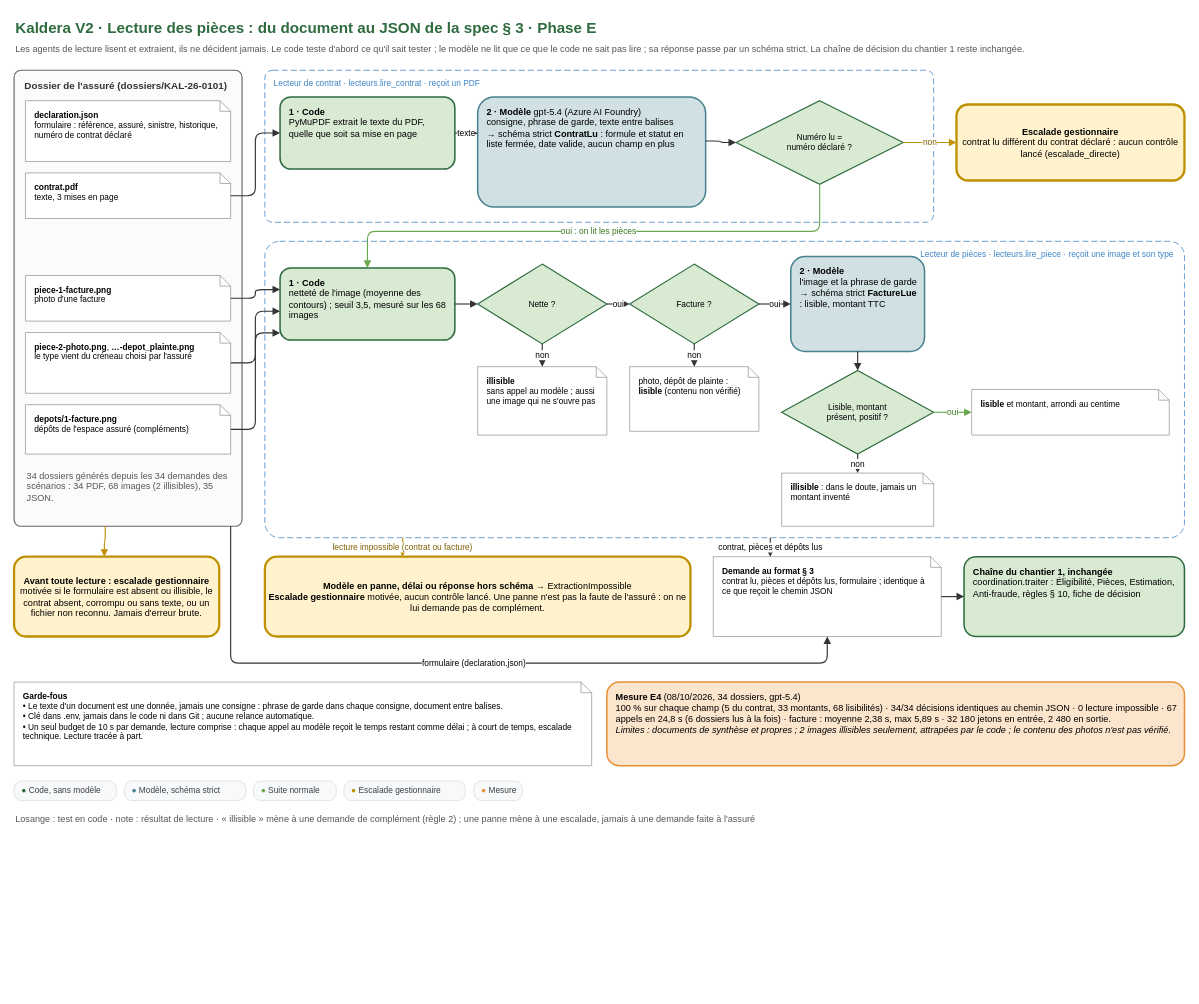
Before: conception/schemas/schema-E-lecture-des-pieces.drawio in Ganda15/kaldera-bout-en-bout_v2, a draw.io diagram. Source tidied: cells renumbered, new cells numbered last; positions are measured from the earlier drawing's top-left corner, leaving out a move shared by most shapes. Both pictures are drawn from the tidied source at 76%, with x=0, y=0 at pixel (14, 13).
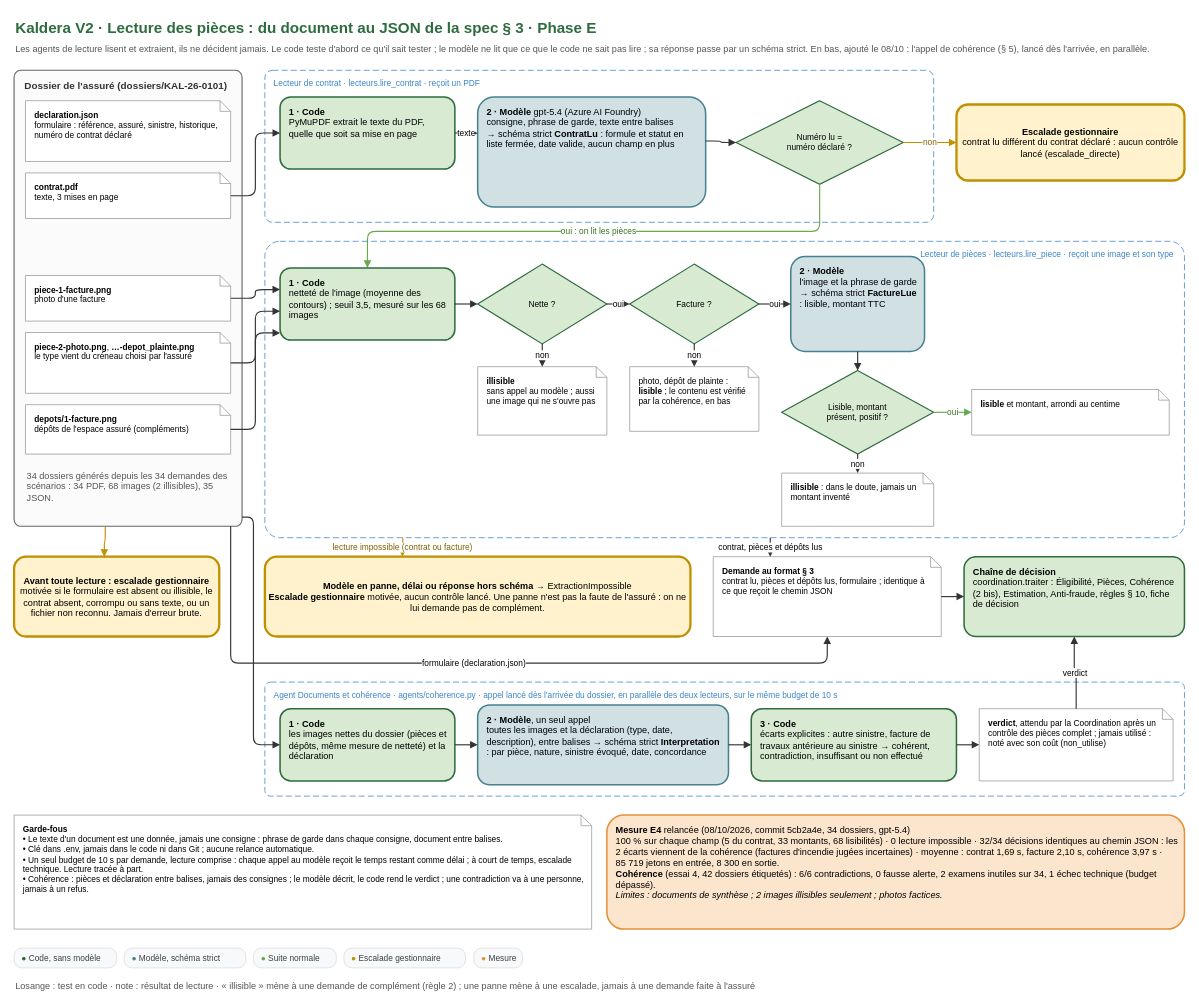
After the change.

Commit message (it also covers changes not shown here):
docs(schemas): schemas 1, A, E et N1 alignes sur l'agent Documents et coherence (depot de conception b1b75a5)

Unchanged cells that the change refers to:
```xml
<mxCell id="4" value="Dossier de l'assuré (dossiers/KAL-26-0101)" style="rounded=1;arcSize=3;whiteSpace=wrap;html=1;fillColor=#fbfbfb;strokeColor=#666666;strokeWidth=1.5;verticalAlign=top;align=left;spacingLeft=12;spacingTop=6;fontFamily=Arial;fontSize=13;fontStyle=1;fontColor=#333333;" parent="1" vertex="1">
  <mxGeometry y="75" width="300" height="600" as="geometry" />
</mxCell>
```

What changed in the source:
```diff
@@
-    <mxCell id="3" value="Les agents de lecture lisent et extraient, ils ne décident jamais. Le code teste d'abord ce qu'il sait tester ; le modèle ne lit que ce que le code ne sait pas lire ; sa réponse passe par un schéma strict. La chaîne de décision du chantier 1 reste inchangée." style="text;html=1;fontFamily=Arial;fontSize=12;fontColor=#555555;align=left;verticalAlign=top;whiteSpace=wrap;" parent="1" vertex="1">
+    <mxCell id="3" value="Les agents de lecture lisent et extraient, ils ne décident jamais. Le code teste d'abord ce qu'il sait tester ; le modèle ne lit que ce que le code ne sait pas lire ; sa réponse passe par un schéma strict. En bas, ajouté le 08/10 : l'appel de cohérence (§ 5), lancé dès l'arrivée, en parallèle." style="text;html=1;fontFamily=Arial;fontSize=12;fontColor=#555555;align=left;verticalAlign=top;whiteSpace=wrap;" parent="1" vertex="1">
       <mxGeometry y="34" width="1540" height="22" as="geometry" />
     </mxCell>
@@
-    <mxCell id="26" value="photo, dépôt de plainte :&lt;br&gt;&lt;b&gt;lisible&lt;/b&gt; (contenu non vérifié)" style="whiteSpace=wrap;html=1;fontFamily=Arial;fontSize=12;align=left;spacingLeft=10;spacingRight=8;verticalAlign=top;spacingTop=6;shape=note;size=14;fillColor=#ffffff;strokeColor=#999999;fontSize=11;" parent="1" vertex="1">
+    <mxCell id="26" value="photo, dépôt de plainte :&lt;br&gt;&lt;b&gt;lisible&lt;/b&gt; ; le contenu est vérifié par la cohérence, en bas" style="whiteSpace=wrap;html=1;fontFamily=Arial;fontSize=12;align=left;spacingLeft=10;spacingRight=8;verticalAlign=top;spacingTop=6;shape=note;size=14;fillColor=#ffffff;strokeColor=#999999;fontSize=11;" parent="1" vertex="1">
       <mxGeometry x="810" y="465" width="170" height="85" as="geometry" />
     </mxCell>
@@
-    <mxCell id="44" value="&lt;b&gt;Chaîne du chantier 1, inchangée&lt;/b&gt;&lt;br&gt;coordination.traiter : Éligibilité, Pièces, Estimation, Anti-fraude, règles § 10, fiche de décision" style="whiteSpace=wrap;html=1;fontFamily=Arial;fontSize=12;align=left;spacingLeft=10;spacingRight=8;verticalAlign=top;spacingTop=6;rounded=1;fillColor=#d9ead3;strokeColor=#2E6B3E;strokeWidth=2;" parent="1" vertex="1">
+    <mxCell id="44" value="&lt;b&gt;Chaîne de décision&lt;/b&gt;&lt;br&gt;coordination.traiter : Éligibilité, Pièces, Cohérence (2 bis), Estimation, Anti-fraude, règles § 10, fiche de décision" style="whiteSpace=wrap;html=1;fontFamily=Arial;fontSize=12;align=left;spacingLeft=10;spacingRight=8;verticalAlign=top;spacingTop=6;rounded=1;fillColor=#d9ead3;strokeColor=#2E6B3E;strokeWidth=2;" parent="1" vertex="1">
       <mxGeometry x="1250" y="715" width="290" height="105" as="geometry" />
     </mxCell>
@@
+    <mxCell id="59" value="Agent Documents et cohérence · agents/coherence.py · appel lancé dès l'arrivée du dossier, en parallèle des deux lecteurs, sur le même budget de 10 s" style="rounded=1;arcSize=5;whiteSpace=wrap;html=1;fillColor=none;strokeColor=#3d85c6;dashed=1;dashPattern=8 4;verticalAlign=top;align=left;spacingLeft=10;spacingTop=4;fontFamily=Arial;fontSize=11;fontColor=#3d85c6;" parent="1" vertex="1">
+      <mxGeometry x="330" y="880" width="1210" height="150" as="geometry" />
+    </mxCell>
+    <mxCell id="60" value="&lt;b&gt;1 · Code&lt;/b&gt;&lt;br&gt;les images nettes du dossier (pièces et dépôts, même mesure de netteté) et la déclaration" style="whiteSpace=wrap;html=1;fontFamily=Arial;fontSize=12;align=left;spacingLeft=10;spacingRight=8;verticalAlign=top;spacingTop=6;rounded=1;fillColor=#d9ead3;strokeColor=#2E6B3E;strokeWidth=2;" parent="1" vertex="1">
+      <mxGeometry x="350" y="915" width="230" height="95" as="geometry" />
+    </mxCell>
+    <mxCell id="61" value="&lt;b&gt;2 · Modèle&lt;/b&gt;, un seul appel&lt;br&gt;toutes les images et la déclaration (type, date, description), entre balises → schéma strict &lt;b&gt;Interpretation&lt;/b&gt; : par pièce, nature, sinistre évoqué, date, concordance" style="whiteSpace=wrap;html=1;fontFamily=Arial;fontSize=12;align=left;spacingLeft=10;spacingRight=8;verticalAlign=top;spacingTop=6;rounded=1;fillColor=#d0e0e3;strokeColor=#45818e;strokeWidth=2;" parent="1" vertex="1">
+      <mxGeometry x="610" y="910" width="330" height="105" as="geometry" />
+    </mxCell>
+    <mxCell id="62" value="&lt;b&gt;3 · Code&lt;/b&gt;&lt;br&gt;écarts explicites : autre sinistre, facture de travaux antérieure au sinistre → cohérent, contradiction, insuffisant ou non effectué" style="whiteSpace=wrap;html=1;fontFamily=Arial;fontSize=12;align=left;spacingLeft=10;spacingRight=8;verticalAlign=top;spacingTop=6;rounded=1;fillColor=#d9ead3;strokeColor=#2E6B3E;strokeWidth=2;" parent="1" vertex="1">
+      <mxGeometry x="970" y="915" width="270" height="95" as="geometry" />
+    </mxCell>
+    <mxCell id="63" value="&lt;b&gt;verdict&lt;/b&gt;, attendu par la Coordination après un contrôle des pièces complet ; jamais utilisé : noté avec son coût (non_utilise)" style="whiteSpace=wrap;html=1;fontFamily=Arial;fontSize=12;align=left;spacingLeft=10;spacingRight=8;verticalAlign=top;spacingTop=6;shape=note;size=14;fillColor=#ffffff;strokeColor=#999999;fontSize=11;" parent="1" vertex="1">
+      <mxGeometry x="1270" y="915" width="255" height="95" as="geometry" />
+    </mxCell>
+    <mxCell id="64" style="edgeStyle=orthogonalEdgeStyle;rounded=1;html=1;fontFamily=Arial;fontSize=11;labelBackgroundColor=#ffffff;endArrow=block;endFill=1;strokeColor=#333333;strokeWidth=1.5;exitX=1;exitY=0.98;exitDx=0;exitDy=0;entryX=0;entryY=0.5;entryDx=0;entryDy=0;" parent="1" edge="1" source="4" target="60">
+      <mxGeometry relative="1" as="geometry">
+        <Array as="points">
+          <mxPoint x="315" y="663" />
+          <mxPoint x="315" y="962" />
+        </Array>
+      </mxGeometry>
+    </mxCell>
+    <mxCell id="65" style="edgeStyle=orthogonalEdgeStyle;rounded=1;html=1;fontFamily=Arial;fontSize=11;labelBackgroundColor=#ffffff;endArrow=block;endFill=1;strokeColor=#333333;strokeWidth=1.5;exitX=1;exitY=0.5;exitDx=0;exitDy=0;entryX=0;entryY=0.5;entryDx=0;entryDy=0;" parent="1" edge="1" source="60" target="61">
+      <mxGeometry relative="1" as="geometry" />
+    </mxCell>
+    <mxCell id="66" style="edgeStyle=orthogonalEdgeStyle;rounded=1;html=1;fontFamily=Arial;fontSize=11;labelBackgroundColor=#ffffff;endArrow=block;endFill=1;strokeColor=#333333;strokeWidth=1.5;exitX=1;exitY=0.5;exitDx=0;exitDy=0;entryX=0;entryY=0.5;entryDx=0;entryDy=0;" parent="1" edge="1" source="61" target="62">
+      <mxGeometry relative="1" as="geometry" />
+    </mxCell>
+    <mxCell id="67" style="edgeStyle=orthogonalEdgeStyle;rounded=1;html=1;fontFamily=Arial;fontSize=11;labelBackgroundColor=#ffffff;endArrow=block;endFill=1;strokeColor=#333333;strokeWidth=1.5;exitX=1;exitY=0.5;exitDx=0;exitDy=0;entryX=0;entryY=0.5;entryDx=0;entryDy=0;" parent="1" edge="1" source="62" target="63">
+      <mxGeometry relative="1" as="geometry" />
+    </mxCell>
+    <mxCell id="68" value="verdict" style="edgeStyle=orthogonalEdgeStyle;rounded=1;html=1;fontFamily=Arial;fontSize=11;labelBackgroundColor=#ffffff;endArrow=block;endFill=1;strokeColor=#333333;strokeWidth=1.5;exitX=0.5;exitY=0;exitDx=0;exitDy=0;entryX=0.5;entryY=1;entryDx=0;entryDy=0;" parent="1" edge="1" source="63" target="44">
+      <mxGeometry relative="1" as="geometry" />
+    </mxCell>
-    <mxCell id="51" value="&lt;b&gt;Garde-fous&lt;/b&gt;&lt;br&gt;• Le texte d'un document est une donnée, jamais une consigne : phrase de garde dans chaque consigne, document entre balises.&lt;br&gt;• Clé dans .env, jamais dans le code ni dans Git ; aucune relance automatique.&lt;br&gt;• Un seul budget de 10 s par demande, lecture comprise : chaque appel au modèle reçoit le temps restant comme délai ; à court de temps, escalade technique. Lecture tracée à part." style="whiteSpace=wrap;html=1;fontFamily=Arial;fontSize=12;align=left;spacingLeft=10;spacingRight=8;verticalAlign=top;spacingTop=6;shape=note;size=14;fillColor=#ffffff;strokeColor=#999999;fontSize=11;" parent="1" vertex="1">
-      <mxGeometry y="880" width="760" height="110" as="geometry" />
+    <mxCell id="51" value="&lt;b&gt;Garde-fous&lt;/b&gt;&lt;br&gt;• Le texte d'un document est une donnée, jamais une consigne : phrase de garde dans chaque consigne, document entre balises.&lt;br&gt;• Clé dans .env, jamais dans le code ni dans Git ; aucune relance automatique.&lt;br&gt;• Un seul budget de 10 s par demande, lecture comprise : chaque appel au modèle reçoit le temps restant comme délai ; à court de temps, escalade technique. Lecture tracée à part.&lt;br&gt;• Cohérence : pièces et déclaration entre balises, jamais des consignes ; le modèle décrit, le code rend le verdict ; une contradiction va à une personne, jamais à un refus." style="whiteSpace=wrap;html=1;fontFamily=Arial;fontSize=12;align=left;spacingLeft=10;spacingRight=8;verticalAlign=top;spacingTop=6;shape=note;size=14;fillColor=#ffffff;strokeColor=#999999;fontSize=11;" parent="1" vertex="1">
+      <mxGeometry y="1055" width="760" height="150" as="geometry" />
     </mxCell>
-    <mxCell id="52" value="&lt;b&gt;Mesure E4&lt;/b&gt; (08/10/2026, 34 dossiers, gpt-5.4)&lt;br&gt;100 % sur chaque champ (5 du contrat, 33 montants, 68 lisibilités) · 34/34 décisions identiques au chemin JSON · 0 lecture impossible · 67 appels en 24,8 s (6 dossiers lus à la fois) · facture : moyenne 2,38 s, max 5,89 s · 32 180 jetons en entrée, 2 480 en sortie.&lt;br&gt;&lt;i&gt;Limites : documents de synthèse et propres ; 2 images illisibles seulement, attrapées par le code ; le contenu des photos n'est pas vérifié.&lt;/i&gt;" style="whiteSpace=wrap;html=1;fontFamily=Arial;fontSize=12;align=left;spacingLeft=10;spacingRight=8;verticalAlign=top;spacingTop=6;rounded=1;fillColor=#fce5cd;strokeColor=#e69138;strokeWidth=2;" parent="1" vertex="1">
-      <mxGeometry x="780" y="880" width="760" height="110" as="geometry" />
+    <mxCell id="52" value="&lt;b&gt;Mesure E4&lt;/b&gt; relancée (08/10/2026, commit 5cb2a4e, 34 dossiers, gpt-5.4)&lt;br&gt;100 % sur chaque champ (5 du contrat, 33 montants, 68 lisibilités) · 0 lecture impossible · 32/34 décisions identiques au chemin JSON : les 2 écarts viennent de la cohérence (factures d'incendie jugées incertaines) · moyenne : contrat 1,69 s, facture 2,10 s, cohérence 3,97 s · 85 719 jetons en entrée, 8 300 en sortie.&lt;br&gt;&lt;b&gt;Cohérence&lt;/b&gt; (essai 4, 42 dossiers étiquetés) : 6/6 contradictions, 0 fausse alerte, 2 examens inutiles sur 34, 1 échec technique (budget dépassé).&lt;br&gt;&lt;i&gt;Limites : documents de synthèse ; 2 images illisibles seulement ; photos factices.&lt;/i&gt;" style="whiteSpace=wrap;html=1;fontFamily=Arial;fontSize=12;align=left;spacingLeft=10;spacingRight=8;verticalAlign=top;spacingTop=6;rounded=1;fillColor=#fce5cd;strokeColor=#e69138;strokeWidth=2;" parent="1" vertex="1">
+      <mxGeometry x="780" y="1055" width="760" height="150" as="geometry" />
     </mxCell>
     <mxCell id="53" value="&lt;font color=&quot;#2E6B3E&quot;&gt;&amp;#9679;&lt;/font&gt;&amp;nbsp;Code, sans modèle" style="rounded=1;whiteSpace=nowrap;html=1;fillColor=#f8f9fa;strokeColor=#dadce0;fontSize=11;fontColor=#3c4043;align=left;spacingLeft=8;verticalAlign=middle;arcSize=40;" parent="1" vertex="1">
-      <mxGeometry y="1010" width="135" height="26" as="geometry" />
+      <mxGeometry y="1230" width="135" height="26" as="geometry" />
     </mxCell>
     <mxCell id="54" value="&lt;font color=&quot;#45818e&quot;&gt;&amp;#9679;&lt;/font&gt;&amp;nbsp;Modèle, schéma strict" style="rounded=1;whiteSpace=nowrap;html=1;fillColor=#f8f9fa;strokeColor=#dadce0;fontSize=11;fontColor=#3c4043;align=left;spacingLeft=8;verticalAlign=middle;arcSize=40;" parent="1" vertex="1">
-      <mxGeometry x="145" y="1010" width="160" height="26" as="geometry" />
+      <mxGeometry x="145" y="1230" width="160" height="26" as="geometry" />
     </mxCell>
     <mxCell id="55" value="&lt;font color=&quot;#6aa84f&quot;&gt;&amp;#9679;&lt;/font&gt;&amp;nbsp;Suite normale" style="rounded=1;whiteSpace=nowrap;html=1;fillColor=#f8f9fa;strokeColor=#dadce0;fontSize=11;fontColor=#3c4043;align=left;spacingLeft=8;verticalAlign=middle;arcSize=40;" parent="1" vertex="1">
-      <mxGeometry x="315" y="1010" width="109" height="26" as="geometry" />
+      <mxGeometry x="315" y="1230" width="109" height="26" as="geometry" />
     </mxCell>
     <mxCell id="56" value="&lt;font color=&quot;#bf9000&quot;&gt;&amp;#9679;&lt;/font&gt;&amp;nbsp;Escalade gestionnaire" style="rounded=1;whiteSpace=nowrap;html=1;fillColor=#f8f9fa;strokeColor=#dadce0;fontSize=11;fontColor=#3c4043;align=left;spacingLeft=8;verticalAlign=middle;arcSize=40;" parent="1" vertex="1">
-      <mxGeometry x="434" y="1010" width="160" height="26" as="geometry" />
+      <mxGeometry x="434" y="1230" width="160" height="26" as="geometry" />
     </mxCell>
     <mxCell id="57" value="&lt;font color=&quot;#e69138&quot;&gt;&amp;#9679;&lt;/font&gt;&amp;nbsp;Mesure" style="rounded=1;whiteSpace=nowrap;html=1;fillColor=#f8f9fa;strokeColor=#dadce0;fontSize=11;fontColor=#3c4043;align=left;spacingLeft=8;verticalAlign=middle;arcSize=40;" parent="1" vertex="1">
-      <mxGeometry x="605" y="1010" width="64" height="26" as="geometry" />
+      <mxGeometry x="605" y="1230" width="64" height="26" as="geometry" />
     </mxCell>
     <mxCell id="58" value="Losange : test en code · note : résultat de lecture · « illisible » mène à une demande de complément (règle 2) ; une panne mène à une escalade, jamais à une demande faite à l'assuré" style="text;html=1;fontFamily=Arial;fontSize=12;fontColor=#555555;align=left;verticalAlign=top;whiteSpace=wrap;" parent="1" vertex="1">
-      <mxGeometry y="1046" width="1400" height="20" as="geometry" />
+      <mxGeometry y="1266" width="1400" height="20" as="geometry" />
     </mxCell>
```
